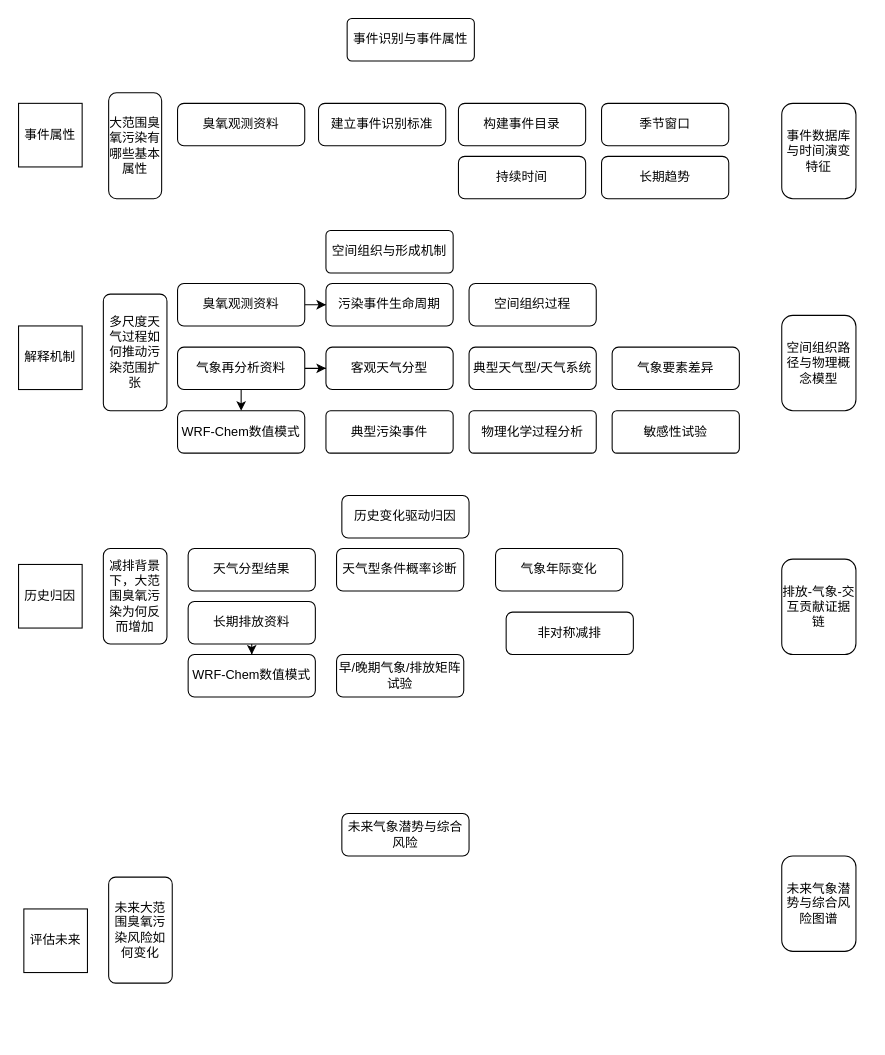
Earlier version of the draw.io diagram page "第 1 页" (1 of 2) of 绘图v2.drawio (abc12580abc/workflow). Source tidied: cells renumbered, new cells numbered last; positions are measured from the earlier drawing's top-left corner, leaving out a move shared by most shapes. Both pictures are drawn from the tidied source at 106%, with x=0, y=0 at pixel (18, 18).
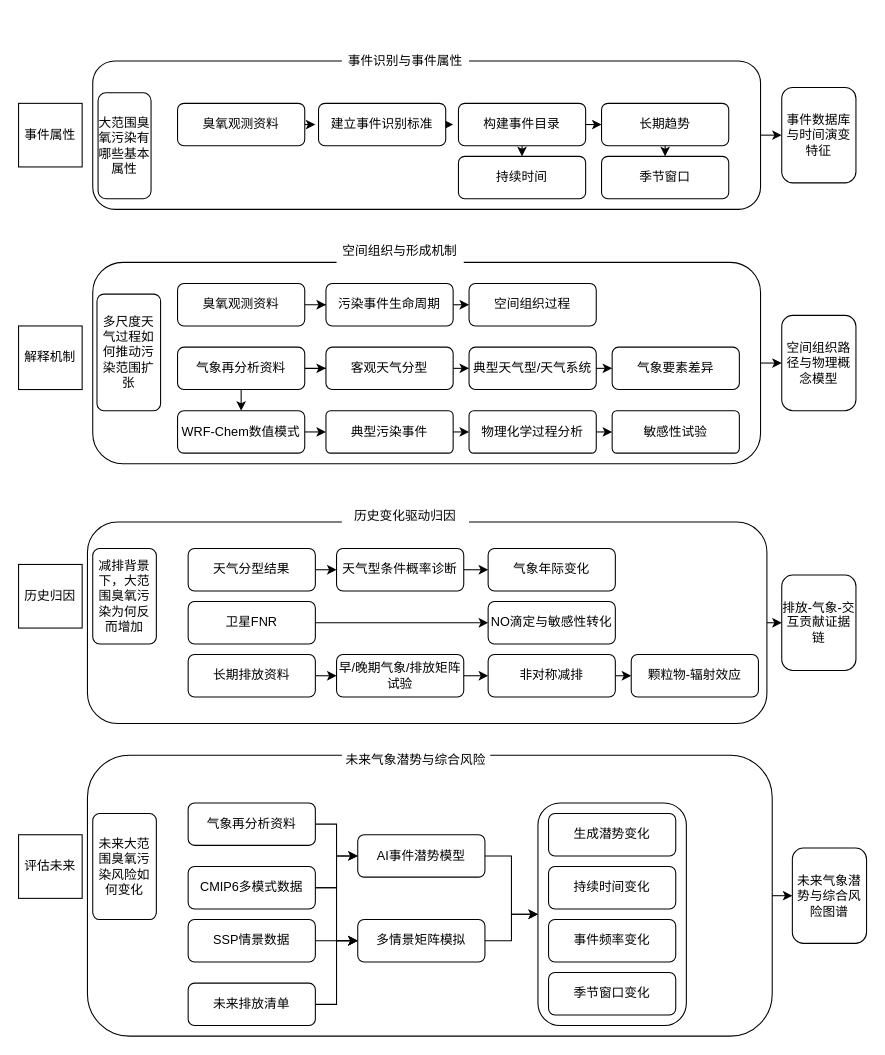
The same page after the edit.

The change refers to these unchanged cells:
```xml
<mxCell id="7" value="建立事件识别标准" style="rounded=1;whiteSpace=wrap;html=1;" parent="1" vertex="1">
  <mxGeometry x="283" y="80" width="120" height="40" as="geometry" />
</mxCell>
<mxCell id="8" value="构建事件目录" style="rounded=1;whiteSpace=wrap;html=1;" parent="1" vertex="1">
  <mxGeometry x="415" y="80" width="120" height="40" as="geometry" />
</mxCell>
<mxCell id="9" value="持续时间" style="rounded=1;whiteSpace=wrap;html=1;" parent="1" vertex="1">
  <mxGeometry x="415" y="130" width="120" height="40" as="geometry" />
</mxCell>
<mxCell id="12" value="臭氧观测资料" style="rounded=1;whiteSpace=wrap;html=1;" parent="1" vertex="1">
  <mxGeometry x="150" y="80" width="120" height="40" as="geometry" />
</mxCell>
<mxCell id="20" value="WRF-Chem数值模式" style="rounded=1;whiteSpace=wrap;html=1;" parent="1" vertex="1">
  <mxGeometry x="150" y="370" width="120" height="40" as="geometry" />
</mxCell>
<mxCell id="21" value="客观天气分型" style="whiteSpace=wrap;html=1;rounded=1;" parent="1" vertex="1">
  <mxGeometry x="290" y="310" width="120" height="40" as="geometry" />
</mxCell>
<mxCell id="24" value="污染事件生命周期" style="rounded=1;whiteSpace=wrap;html=1;" parent="1" vertex="1">
  <mxGeometry x="290" y="250" width="120" height="40" as="geometry" />
</mxCell>
<mxCell id="26" value="空间组织过程" style="rounded=1;whiteSpace=wrap;html=1;" parent="1" vertex="1">
  <mxGeometry x="425" y="250" width="120" height="40" as="geometry" />
</mxCell>
<mxCell id="27" value="气象要素差异" style="whiteSpace=wrap;html=1;rounded=1;" parent="1" vertex="1">
  <mxGeometry x="560" y="310" width="120" height="40" as="geometry" />
</mxCell>
<mxCell id="28" value="典型天气型/天气系统" style="rounded=1;whiteSpace=wrap;html=1;" parent="1" vertex="1">
  <mxGeometry x="425" y="310" width="120" height="40" as="geometry" />
</mxCell>
<mxCell id="29" value="典型污染事件" style="rounded=1;whiteSpace=wrap;html=1;arcSize=11;" parent="1" vertex="1">
  <mxGeometry x="290" y="370" width="120" height="40" as="geometry" />
</mxCell>
<mxCell id="30" value="物理化学过程分析" style="rounded=1;whiteSpace=wrap;html=1;arcSize=11;" parent="1" vertex="1">
  <mxGeometry x="425" y="370" width="120" height="40" as="geometry" />
</mxCell>
<mxCell id="31" value="敏感性试验" style="rounded=1;whiteSpace=wrap;html=1;arcSize=11;" parent="1" vertex="1">
  <mxGeometry x="560" y="370" width="120" height="40" as="geometry" />
</mxCell>
<mxCell id="33" value="空间组织路径与物理概念模型" style="rounded=1;whiteSpace=wrap;html=1;" parent="1" vertex="1">
  <mxGeometry x="720" y="280" width="70" height="90" as="geometry" />
</mxCell>
<mxCell id="34" value="天气分型结果" style="rounded=1;whiteSpace=wrap;html=1;" parent="1" vertex="1">
  <mxGeometry x="160" y="500" width="120" height="40" as="geometry" />
</mxCell>
<mxCell id="37" value="天气型条件概率诊断" style="rounded=1;whiteSpace=wrap;html=1;" parent="1" vertex="1">
  <mxGeometry x="300" y="500" width="120" height="40" as="geometry" />
</mxCell>
<mxCell id="41" value="早/晚期气象/排放矩阵试验" style="rounded=1;whiteSpace=wrap;html=1;" parent="1" vertex="1">
  <mxGeometry x="300" y="600" width="120" height="40" as="geometry" />
</mxCell>
```

Diff of the diagram source:
```diff
@@
+    <mxCell id="46" style="edgeStyle=orthogonalEdgeStyle;rounded=0;jettySize=auto;html=1;exitX=1;exitY=0.5;exitDx=0;exitDy=0;entryX=0;entryY=0.5;entryDx=0;entryDy=0;" parent="1" edge="1" source="47" target="43">
+      <mxGeometry relative="1" as="geometry" />
+    </mxCell>
+    <mxCell id="47" style="rounded=1;whiteSpace=wrap;html=1;fillColor=none;" parent="1" vertex="1">
+      <mxGeometry x="65" y="695" width="646" height="265" as="geometry" />
+    </mxCell>
+    <mxCell id="48" style="edgeStyle=orthogonalEdgeStyle;rounded=0;jettySize=auto;html=1;exitX=1;exitY=0.5;exitDx=0;exitDy=0;entryX=0;entryY=0.5;entryDx=0;entryDy=0;" parent="1" edge="1" source="49" target="42">
+      <mxGeometry relative="1" as="geometry" />
+    </mxCell>
+    <mxCell id="49" style="rounded=1;whiteSpace=wrap;html=1;fillColor=none;" parent="1" vertex="1">
+      <mxGeometry x="65" y="475" width="641" height="190" as="geometry" />
+    </mxCell>
+    <mxCell id="50" style="edgeStyle=orthogonalEdgeStyle;rounded=0;jettySize=auto;html=1;exitX=1;exitY=0.5;exitDx=0;exitDy=0;entryX=0;entryY=0.5;entryDx=0;entryDy=0;" parent="1" edge="1" source="51" target="33">
+      <mxGeometry relative="1" as="geometry" />
+    </mxCell>
+    <mxCell id="51" style="rounded=1;whiteSpace=wrap;html=1;fillColor=none;" parent="1" vertex="1">
+      <mxGeometry x="70" y="230" width="630" height="190" as="geometry" />
+    </mxCell>
+    <mxCell id="52" style="edgeStyle=orthogonalEdgeStyle;rounded=0;jettySize=auto;html=1;exitX=1;exitY=0.5;exitDx=0;exitDy=0;entryX=0;entryY=0.5;entryDx=0;entryDy=0;" parent="1" edge="1" source="53" target="32">
+      <mxGeometry relative="1" as="geometry" />
+    </mxCell>
+    <mxCell id="53" style="rounded=1;whiteSpace=wrap;html=1;fillColor=none;" parent="1" vertex="1">
+      <mxGeometry x="70" y="40" width="630" height="140" as="geometry" />
+    </mxCell>
-    <mxCell id="2" value="事件识别与事件属性" style="rounded=1;whiteSpace=wrap;html=1;arcSize=11;" parent="1" vertex="1">
-      <mxGeometry x="310" width="120" height="40" as="geometry" />
+    <mxCell id="2" value="事件识别与事件属性" style="rounded=1;whiteSpace=wrap;html=1;arcSize=11;strokeColor=none;" parent="1" vertex="1">
+      <mxGeometry x="305" y="20" width="120" height="40" as="geometry" />
     </mxCell>
     <mxCell id="3" value="多尺度天气过程如何推动污染范围扩张" style="rounded=1;whiteSpace=wrap;html=1;arcSize=11;" parent="1" vertex="1">
-      <mxGeometry x="80" y="260" width="60" height="110" as="geometry" />
+      <mxGeometry x="74" y="260" width="60" height="110" as="geometry" />
     </mxCell>
     <mxCell id="4" value="减排背景下，大范围臭氧污染为何反而增加" style="rounded=1;whiteSpace=wrap;html=1;arcSize=11;" parent="1" vertex="1">
-      <mxGeometry x="80" y="500" width="60" height="90" as="geometry" />
+      <mxGeometry x="70" y="500" width="60" height="90" as="geometry" />
     </mxCell>
     <mxCell id="5" value="未来大范围臭氧污染风险如何变化" style="rounded=1;whiteSpace=wrap;html=1;arcSize=11;" parent="1" vertex="1">
-      <mxGeometry x="85" y="810" width="60" height="100" as="geometry" />
+      <mxGeometry x="70" y="750" width="60" height="100" as="geometry" />
     </mxCell>
     <mxCell id="6" value="大范围臭氧污染有哪些基本属性" style="rounded=1;whiteSpace=wrap;html=1;" parent="1" vertex="1">
-      <mxGeometry x="85" y="70" width="50" height="100" as="geometry" />
+      <mxGeometry x="75" y="70" width="50" height="100" as="geometry" />
     </mxCell>
+    <mxCell id="54" style="edgeStyle=orthogonalEdgeStyle;rounded=0;jettySize=auto;html=1;exitX=1;exitY=0.5;exitDx=0;exitDy=0;" parent="1" edge="1" source="7">
+      <mxGeometry relative="1" as="geometry">
+        <mxPoint x="410" y="100.3" as="targetPoint" />
+      </mxGeometry>
+    </mxCell>
@@
+    <mxCell id="55" style="edgeStyle=orthogonalEdgeStyle;rounded=0;jettySize=auto;html=1;exitX=0.5;exitY=1;exitDx=0;exitDy=0;entryX=0.5;entryY=0;entryDx=0;entryDy=0;" parent="1" edge="1" source="8" target="9">
+      <mxGeometry relative="1" as="geometry" />
+    </mxCell>
+    <mxCell id="56" style="edgeStyle=orthogonalEdgeStyle;rounded=0;jettySize=auto;html=1;exitX=1;exitY=0.5;exitDx=0;exitDy=0;entryX=0;entryY=0.5;entryDx=0;entryDy=0;" parent="1" edge="1" source="8" target="10">
+      <mxGeometry relative="1" as="geometry" />
+    </mxCell>
@@
+    <mxCell id="57" style="edgeStyle=orthogonalEdgeStyle;rounded=0;jettySize=auto;html=1;exitX=0.5;exitY=1;exitDx=0;exitDy=0;entryX=0.5;entryY=0;entryDx=0;entryDy=0;" parent="1" edge="1" source="10" target="11">
+      <mxGeometry relative="1" as="geometry" />
+    </mxCell>
-    <mxCell id="10" value="季节窗口" style="rounded=1;whiteSpace=wrap;html=1;" parent="1" vertex="1">
+    <mxCell id="10" value="长期趋势" style="rounded=1;whiteSpace=wrap;html=1;" parent="1" vertex="1">
       <mxGeometry x="550" y="80" width="120" height="40" as="geometry" />
     </mxCell>
-    <mxCell id="11" value="长期趋势" style="rounded=1;whiteSpace=wrap;html=1;" parent="1" vertex="1">
+    <mxCell id="11" value="季节窗口" style="rounded=1;whiteSpace=wrap;html=1;" parent="1" vertex="1">
       <mxGeometry x="550" y="130" width="120" height="40" as="geometry" />
     </mxCell>
+    <mxCell id="58" style="edgeStyle=orthogonalEdgeStyle;rounded=0;jettySize=auto;html=1;exitX=1;exitY=0.5;exitDx=0;exitDy=0;" parent="1" edge="1" source="12">
+      <mxGeometry relative="1" as="geometry">
+        <mxPoint x="280" y="100.3" as="targetPoint" />
+      </mxGeometry>
+    </mxCell>
@@
-    <mxCell id="13" value="事件属性" style="whiteSpace=wrap;html=1;" parent="1" vertex="1">
+    <mxCell id="13" value="事件属性" style="whiteSpace=wrap;html=1;glass=0;rounded=0;shadow=0;" parent="1" vertex="1">
       <mxGeometry y="80" width="60" height="60" as="geometry" />
     </mxCell>
-    <mxCell id="14" value="解释机制" style="whiteSpace=wrap;html=1;" parent="1" vertex="1">
+    <mxCell id="14" value="解释机制" style="whiteSpace=wrap;html=1;glass=0;rounded=0;shadow=0;" parent="1" vertex="1">
       <mxGeometry y="290" width="60" height="60" as="geometry" />
     </mxCell>
-    <mxCell id="15" value="历史归因" style="whiteSpace=wrap;html=1;" parent="1" vertex="1">
+    <mxCell id="15" value="历史归因" style="whiteSpace=wrap;html=1;glass=0;rounded=0;shadow=0;" parent="1" vertex="1">
       <mxGeometry y="515" width="60" height="60" as="geometry" />
     </mxCell>
-    <mxCell id="16" value="评估未来" style="whiteSpace=wrap;html=1;" parent="1" vertex="1">
-      <mxGeometry x="5" y="840" width="60" height="60" as="geometry" />
+    <mxCell id="16" value="评估未来" style="whiteSpace=wrap;html=1;glass=0;rounded=0;shadow=0;" parent="1" vertex="1">
+      <mxGeometry y="770" width="60" height="60" as="geometry" />
     </mxCell>
@@
+    <mxCell id="59" style="edgeStyle=orthogonalEdgeStyle;rounded=0;jettySize=auto;html=1;exitX=1;exitY=0.5;exitDx=0;exitDy=0;entryX=0;entryY=0.5;entryDx=0;entryDy=0;" parent="1" edge="1" source="20" target="29">
+      <mxGeometry relative="1" as="geometry" />
+    </mxCell>
@@
+    <mxCell id="60" style="edgeStyle=orthogonalEdgeStyle;rounded=0;jettySize=auto;html=1;exitX=1;exitY=0.5;exitDx=0;exitDy=0;entryX=0;entryY=0.5;entryDx=0;entryDy=0;" parent="1" edge="1" source="21" target="28">
+      <mxGeometry relative="1" as="geometry" />
+    </mxCell>
@@
+    <mxCell id="61" style="edgeStyle=orthogonalEdgeStyle;rounded=0;jettySize=auto;html=1;exitX=1;exitY=0.5;exitDx=0;exitDy=0;entryX=0;entryY=0.5;entryDx=0;entryDy=0;" parent="1" edge="1" source="24" target="26">
+      <mxGeometry relative="1" as="geometry" />
+    </mxCell>
@@
-    <mxCell id="25" value="空间组织与形成机制" style="rounded=1;whiteSpace=wrap;html=1;arcSize=11;" parent="1" vertex="1">
-      <mxGeometry x="290" y="200" width="120" height="40" as="geometry" />
+    <mxCell id="25" value="空间组织与形成机制" style="rounded=1;whiteSpace=wrap;html=1;arcSize=11;strokeColor=none;" parent="1" vertex="1">
+      <mxGeometry x="300" y="200" width="120" height="40" as="geometry" />
     </mxCell>
@@
+    <mxCell id="62" style="edgeStyle=orthogonalEdgeStyle;rounded=0;jettySize=auto;html=1;exitX=1;exitY=0.5;exitDx=0;exitDy=0;entryX=0;entryY=0.5;entryDx=0;entryDy=0;" parent="1" edge="1" source="28" target="27">
+      <mxGeometry relative="1" as="geometry" />
+    </mxCell>
@@
+    <mxCell id="63" style="edgeStyle=orthogonalEdgeStyle;rounded=0;jettySize=auto;html=1;exitX=1;exitY=0.5;exitDx=0;exitDy=0;entryX=0;entryY=0.5;entryDx=0;entryDy=0;" parent="1" edge="1" source="29" target="30">
+      <mxGeometry relative="1" as="geometry" />
+    </mxCell>
@@
+    <mxCell id="64" style="edgeStyle=orthogonalEdgeStyle;rounded=0;jettySize=auto;html=1;exitX=1;exitY=0.5;exitDx=0;exitDy=0;entryX=0;entryY=0.5;entryDx=0;entryDy=0;" parent="1" edge="1" source="30" target="31">
+      <mxGeometry relative="1" as="geometry" />
+    </mxCell>
@@
     <mxCell id="32" value="事件数据库与时间演变特征" style="rounded=1;whiteSpace=wrap;html=1;" parent="1" vertex="1">
-      <mxGeometry x="720" y="80" width="70" height="90" as="geometry" />
+      <mxGeometry x="720" y="65" width="70" height="90" as="geometry" />
     </mxCell>
@@
+    <mxCell id="65" style="edgeStyle=orthogonalEdgeStyle;rounded=0;jettySize=auto;html=1;exitX=1;exitY=0.5;exitDx=0;exitDy=0;entryX=0;entryY=0.5;entryDx=0;entryDy=0;" parent="1" edge="1" source="34" target="37">
+      <mxGeometry relative="1" as="geometry" />
+    </mxCell>
@@
-    <mxCell id="35" style="edgeStyle=orthogonalEdgeStyle;rounded=0;jettySize=auto;html=1;entryX=0.5;entryY=0;entryDx=0;entryDy=0;" parent="1" edge="1" source="36" target="40">
-      <mxGeometry relative="1" as="geometry" />
-    </mxCell>
+    <mxCell id="66" style="edgeStyle=orthogonalEdgeStyle;rounded=0;jettySize=auto;html=1;exitX=1;exitY=0.5;exitDx=0;exitDy=0;entryX=0;entryY=0.5;entryDx=0;entryDy=0;" parent="1" edge="1" source="36" target="41">
+      <mxGeometry relative="1" as="geometry" />
+    </mxCell>
     <mxCell id="36" value="长期排放资料" style="rounded=1;whiteSpace=wrap;html=1;" parent="1" vertex="1">
-      <mxGeometry x="160" y="550" width="120" height="40" as="geometry" />
+      <mxGeometry x="160" y="600" width="120" height="40" as="geometry" />
     </mxCell>
+    <mxCell id="67" style="edgeStyle=orthogonalEdgeStyle;rounded=0;jettySize=auto;html=1;exitX=1;exitY=0.5;exitDx=0;exitDy=0;entryX=0;entryY=0.5;entryDx=0;entryDy=0;" parent="1" edge="1" source="37" target="44">
+      <mxGeometry relative="1" as="geometry" />
+    </mxCell>
@@
-    <mxCell id="38" value="历史变化驱动归因" style="rounded=1;whiteSpace=wrap;html=1;" parent="1" vertex="1">
+    <mxCell id="38" value="历史变化驱动归因" style="rounded=1;whiteSpace=wrap;html=1;strokeColor=none;" parent="1" vertex="1">
       <mxGeometry x="305" y="450" width="120" height="40" as="geometry" />
     </mxCell>
-    <mxCell id="39" value="未来气象潜势与综合风险" style="rounded=1;whiteSpace=wrap;html=1;" parent="1" vertex="1">
-      <mxGeometry x="305" y="750" width="120" height="40" as="geometry" />
+    <mxCell id="39" value="未来气象潜势与综合风险" style="rounded=1;whiteSpace=wrap;html=1;strokeColor=none;" parent="1" vertex="1">
+      <mxGeometry x="305" y="680" width="140" height="40" as="geometry" />
     </mxCell>
-    <mxCell id="40" value="WRF-Chem数值模式" style="rounded=1;whiteSpace=wrap;html=1;" parent="1" vertex="1">
-      <mxGeometry x="160" y="600" width="120" height="40" as="geometry" />
-    </mxCell>
+    <mxCell id="68" style="edgeStyle=orthogonalEdgeStyle;rounded=0;jettySize=auto;html=1;exitX=1;exitY=0.5;exitDx=0;exitDy=0;entryX=0;entryY=0.5;entryDx=0;entryDy=0;" parent="1" edge="1" source="41" target="45">
+      <mxGeometry relative="1" as="geometry" />
+    </mxCell>
@@
     <mxCell id="42" value="排放-气象-交互贡献证据链" style="rounded=1;whiteSpace=wrap;html=1;" parent="1" vertex="1">
-      <mxGeometry x="720" y="510" width="70" height="90" as="geometry" />
+      <mxGeometry x="720" y="525" width="70" height="90" as="geometry" />
     </mxCell>
     <mxCell id="43" value="未来气象潜势与综合风险图谱" style="rounded=1;whiteSpace=wrap;html=1;" parent="1" vertex="1">
-      <mxGeometry x="720" y="790" width="70" height="90" as="geometry" />
+      <mxGeometry x="730" y="782.5" width="70" height="90" as="geometry" />
     </mxCell>
     <mxCell id="44" value="气象年际变化" style="rounded=1;whiteSpace=wrap;html=1;" parent="1" vertex="1">
-      <mxGeometry x="450" y="500" width="120" height="40" as="geometry" />
+      <mxGeometry x="443" y="500" width="120" height="40" as="geometry" />
     </mxCell>
+    <mxCell id="69" style="edgeStyle=orthogonalEdgeStyle;rounded=0;jettySize=auto;html=1;exitX=1;exitY=0.5;exitDx=0;exitDy=0;entryX=0;entryY=0.5;entryDx=0;entryDy=0;" parent="1" edge="1" source="45" target="70">
+      <mxGeometry relative="1" as="geometry" />
+    </mxCell>
     <mxCell id="45" value="非对称减排" style="rounded=1;whiteSpace=wrap;html=1;" parent="1" vertex="1">
-      <mxGeometry x="460" y="560" width="120" height="40" as="geometry" />
+      <mxGeometry x="443" y="600" width="120" height="40" as="geometry" />
     </mxCell>
+    <mxCell id="70" value="颗粒物-辐射效应" style="rounded=1;whiteSpace=wrap;html=1;" parent="1" vertex="1">
+      <mxGeometry x="578" y="600" width="120" height="40" as="geometry" />
+    </mxCell>
+    <mxCell id="71" value="NO滴定与敏感性转化" style="rounded=1;whiteSpace=wrap;html=1;" parent="1" vertex="1">
+      <mxGeometry x="443" y="550" width="120" height="40" as="geometry" />
+    </mxCell>
+    <mxCell id="72" style="edgeStyle=orthogonalEdgeStyle;rounded=0;jettySize=auto;html=1;exitX=1;exitY=0.5;exitDx=0;exitDy=0;" parent="1" edge="1" source="73" target="71">
+      <mxGeometry relative="1" as="geometry" />
+    </mxCell>
+    <mxCell id="73" value="卫星FNR" style="rounded=1;whiteSpace=wrap;html=1;" parent="1" vertex="1">
+      <mxGeometry x="160" y="550" width="120" height="40" as="geometry" />
+    </mxCell>
+    <mxCell id="74" style="edgeStyle=orthogonalEdgeStyle;rounded=0;jettySize=auto;html=1;exitX=1;exitY=0.5;exitDx=0;exitDy=0;entryX=0;entryY=0.5;entryDx=0;entryDy=0;" parent="1" edge="1" source="75" target="84">
+      <mxGeometry relative="1" as="geometry" />
+    </mxCell>
+    <mxCell id="75" value="气象再分析资料" style="rounded=1;whiteSpace=wrap;html=1;" parent="1" vertex="1">
+      <mxGeometry x="160" y="740" width="120" height="40" as="geometry" />
+    </mxCell>
+    <mxCell id="76" style="edgeStyle=orthogonalEdgeStyle;rounded=0;jettySize=auto;html=1;exitX=1;exitY=0.5;exitDx=0;exitDy=0;entryX=0;entryY=0.5;entryDx=0;entryDy=0;" parent="1" edge="1" source="78" target="84">
+      <mxGeometry relative="1" as="geometry" />
+    </mxCell>
+    <mxCell id="77" style="edgeStyle=orthogonalEdgeStyle;rounded=0;jettySize=auto;html=1;exitX=1;exitY=0.5;exitDx=0;exitDy=0;entryX=0;entryY=0.5;entryDx=0;entryDy=0;" parent="1" edge="1" source="78" target="86">
+      <mxGeometry relative="1" as="geometry" />
+    </mxCell>
+    <mxCell id="78" value="CMIP6多模式数据" style="rounded=1;whiteSpace=wrap;html=1;" parent="1" vertex="1">
+      <mxGeometry x="160" y="800" width="120" height="40" as="geometry" />
+    </mxCell>
+    <mxCell id="79" style="edgeStyle=orthogonalEdgeStyle;rounded=0;jettySize=auto;html=1;exitX=1;exitY=0.5;exitDx=0;exitDy=0;entryX=0;entryY=0.5;entryDx=0;entryDy=0;" parent="1" edge="1" source="80" target="86">
+      <mxGeometry relative="1" as="geometry" />
+    </mxCell>
+    <mxCell id="80" value="SSP情景数据" style="rounded=1;whiteSpace=wrap;html=1;" parent="1" vertex="1">
+      <mxGeometry x="160" y="850" width="120" height="40" as="geometry" />
+    </mxCell>
+    <mxCell id="81" style="edgeStyle=orthogonalEdgeStyle;rounded=0;jettySize=auto;html=1;exitX=1;exitY=0.5;exitDx=0;exitDy=0;entryX=0;entryY=0.5;entryDx=0;entryDy=0;" parent="1" edge="1" source="82" target="86">
+      <mxGeometry relative="1" as="geometry" />
+    </mxCell>
+    <mxCell id="82" value="未来排放清单" style="rounded=1;whiteSpace=wrap;html=1;" parent="1" vertex="1">
+      <mxGeometry x="160" y="910" width="120" height="40" as="geometry" />
+    </mxCell>
+    <mxCell id="83" style="edgeStyle=orthogonalEdgeStyle;rounded=0;jettySize=auto;html=1;exitX=1;exitY=0.5;exitDx=0;exitDy=0;entryX=0;entryY=0.5;entryDx=0;entryDy=0;" parent="1" edge="1" source="84" target="91">
+      <mxGeometry relative="1" as="geometry" />
+    </mxCell>
+    <mxCell id="84" value="AI事件潜势模型" style="rounded=1;whiteSpace=wrap;html=1;" parent="1" vertex="1">
+      <mxGeometry x="320" y="770" width="120" height="40" as="geometry" />
+    </mxCell>
+    <mxCell id="85" style="edgeStyle=orthogonalEdgeStyle;rounded=0;jettySize=auto;html=1;exitX=1;exitY=0.5;exitDx=0;exitDy=0;entryX=0;entryY=0.5;entryDx=0;entryDy=0;" parent="1" edge="1" source="86" target="91">
+      <mxGeometry relative="1" as="geometry" />
+    </mxCell>
+    <mxCell id="86" value="多情景矩阵模拟" style="rounded=1;whiteSpace=wrap;html=1;" parent="1" vertex="1">
+      <mxGeometry x="320" y="850" width="120" height="40" as="geometry" />
+    </mxCell>
+    <mxCell id="87" value="生成潜势变化" style="rounded=1;whiteSpace=wrap;html=1;" parent="1" vertex="1">
+      <mxGeometry x="500" y="750" width="120" height="40" as="geometry" />
+    </mxCell>
+    <mxCell id="88" value="事件频率变化" style="rounded=1;whiteSpace=wrap;html=1;" parent="1" vertex="1">
+      <mxGeometry x="500" y="850" width="120" height="40" as="geometry" />
+    </mxCell>
+    <mxCell id="89" value="季节窗口变化" style="rounded=1;whiteSpace=wrap;html=1;" parent="1" vertex="1">
+      <mxGeometry x="500" y="900" width="120" height="40" as="geometry" />
+    </mxCell>
+    <mxCell id="90" value="持续时间变化" style="rounded=1;whiteSpace=wrap;html=1;" parent="1" vertex="1">
+      <mxGeometry x="500" y="800" width="120" height="40" as="geometry" />
+    </mxCell>
+    <mxCell id="91" style="rounded=1;whiteSpace=wrap;html=1;fillColor=none;" parent="1" vertex="1">
+      <mxGeometry x="490" y="740" width="140" height="210" as="geometry" />
+    </mxCell>
```
